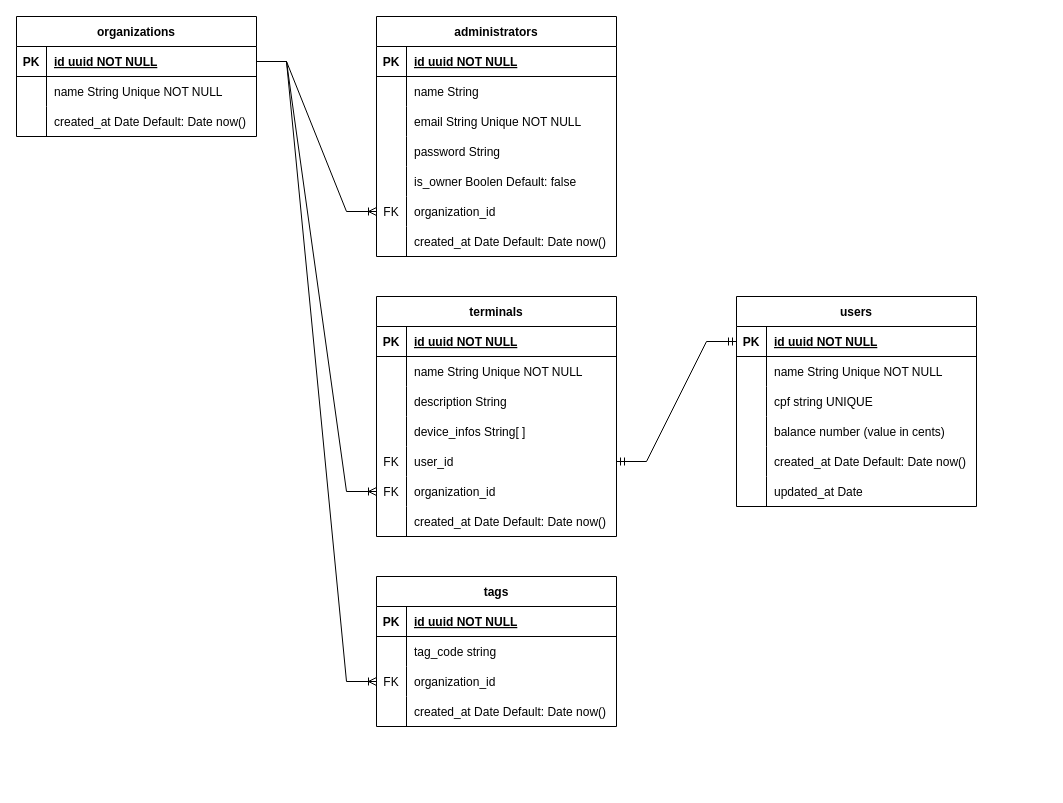
Before: Diagrama sem nome.drawio in gabrieldouurado/draw.io-reposotory, a draw.io diagram. Source tidied: cells renumbered, new cells numbered last; positions are measured from the earlier drawing's top-left corner, leaving out a move shared by most shapes. Both pictures are drawn from the tidied source at 100%, with x=0, y=0 at pixel (16, 16).
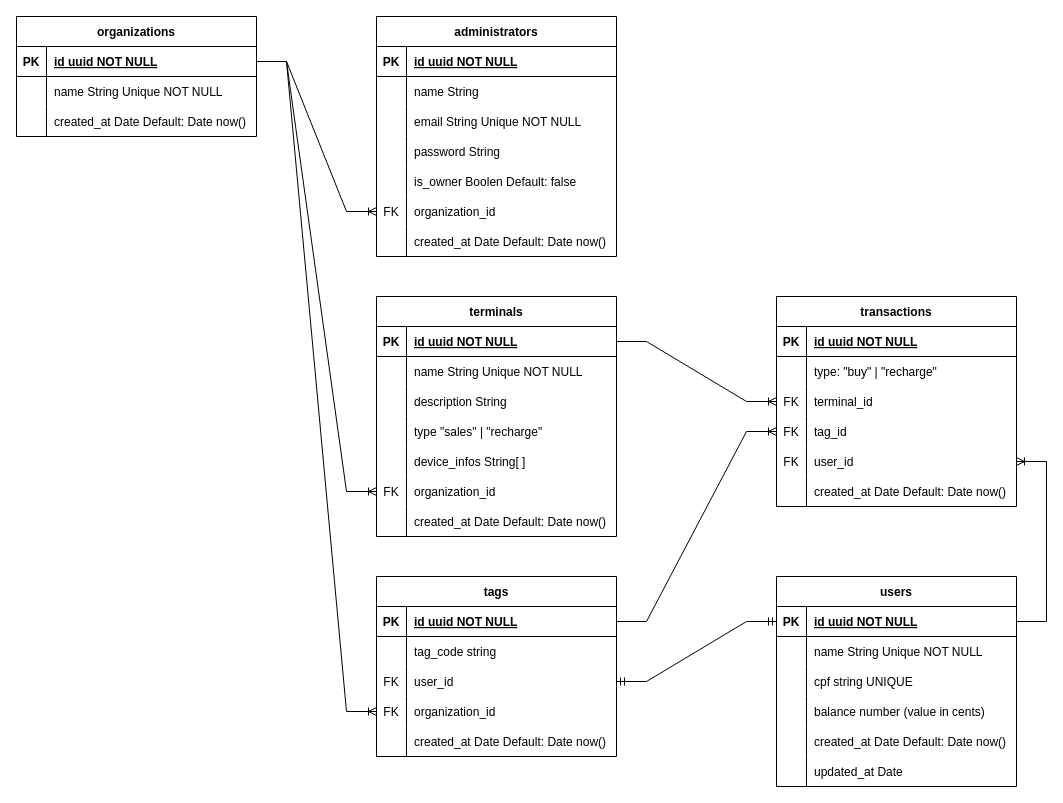
Above is the later version.

Commit message:
Add transacrion entity

Unchanged cells that the change refers to:
```xml
<mxCell id="35" value="terminals" style="shape=table;startSize=30;childLayout=tableLayout;rowLines=0;fontStyle=1;align=center;" parent="1" vertex="1">
  <mxGeometry x="360" y="280" width="240" height="240" as="geometry" />
</mxCell>
<mxCell id="36" style="shape=tableRow;horizontal=0;startSize=0;swimlaneHead=0;swimlaneBody=0;fillColor=none;points=[[0,0.5],[1,0.5]];portConstraint=eastwest;top=0;left=0;right=0;bottom=1;" parent="35" vertex="1">
  <mxGeometry y="30" width="240" height="30" as="geometry" />
</mxCell>
<mxCell id="59" style="shape=tableRow;horizontal=0;startSize=0;swimlaneHead=0;swimlaneBody=0;fillColor=none;points=[[0,0.5],[1,0.5]];portConstraint=eastwest;top=0;left=0;right=0;bottom=1;" parent="58" vertex="1">
  <mxGeometry y="30" width="240" height="30" as="geometry" />
</mxCell>
<mxCell id="73" style="shape=tableRow;horizontal=0;startSize=0;swimlaneHead=0;swimlaneBody=0;fillColor=none;points=[[0,0.5],[1,0.5]];portConstraint=eastwest;top=0;left=0;right=0;bottom=1;" parent="72" vertex="1">
  <mxGeometry y="30" width="240" height="30" as="geometry" />
</mxCell>
```

What changed in the source:
```diff
@@
+    <mxCell id="92" style="shape=tableRow;horizontal=0;startSize=0;swimlaneHead=0;swimlaneBody=0;fillColor=none;top=0;left=0;right=0;bottom=0;" parent="35" vertex="1">
+      <mxGeometry y="120" width="240" height="30" as="geometry" />
+    </mxCell>
+    <mxCell id="93" style="shape=partialRectangle;fillColor=none;top=0;left=0;bottom=0;right=0;overflow=hidden;" parent="92" vertex="1">
+      <mxGeometry width="30" height="30" as="geometry" />
+    </mxCell>
+    <mxCell id="94" value="type &quot;sales&quot; | &quot;recharge&quot;" style="shape=partialRectangle;fillColor=none;top=0;left=0;bottom=0;right=0;align=left;spacingLeft=6;overflow=hidden;" parent="92" vertex="1">
+      <mxGeometry x="30" width="210" height="30" as="geometry" />
+    </mxCell>
     <mxCell id="45" style="shape=tableRow;horizontal=0;startSize=0;swimlaneHead=0;swimlaneBody=0;fillColor=none;top=0;left=0;right=0;bottom=0;" parent="35" vertex="1">
-      <mxGeometry y="120" width="240" height="30" as="geometry" />
+      <mxGeometry y="150" width="240" height="30" as="geometry" />
     </mxCell>
@@
-    <mxCell id="48" style="shape=tableRow;horizontal=0;startSize=0;swimlaneHead=0;swimlaneBody=0;fillColor=none;points=[[0,0.5],[1,0.5]];portConstraint=eastwest;top=0;left=0;right=0;bottom=0;" parent="35" vertex="1">
-      <mxGeometry y="150" width="240" height="30" as="geometry" />
-    </mxCell>
-    <mxCell id="49" value="FK" style="shape=partialRectangle;fillColor=none;top=0;left=0;bottom=0;right=0;overflow=hidden;" parent="48" vertex="1">
-      <mxGeometry width="30" height="30" as="geometry" />
-    </mxCell>
-    <mxCell id="50" value="user_id" style="shape=partialRectangle;fillColor=none;top=0;left=0;bottom=0;right=0;align=left;spacingLeft=6;overflow=hidden;" parent="48" vertex="1">
-      <mxGeometry x="30" width="210" height="30" as="geometry" />
-    </mxCell>
@@
     <mxCell id="58" value="tags" style="shape=table;startSize=30;childLayout=tableLayout;rowLines=0;fontStyle=1;align=center;" parent="1" vertex="1">
-      <mxGeometry x="360" y="560" width="240" height="150" as="geometry" />
+      <mxGeometry x="360" y="560" width="240" height="180" as="geometry" />
     </mxCell>
@@
+    <mxCell id="48" style="shape=tableRow;horizontal=0;startSize=0;swimlaneHead=0;swimlaneBody=0;fillColor=none;points=[[0,0.5],[1,0.5]];portConstraint=eastwest;top=0;left=0;right=0;bottom=0;" parent="58" vertex="1">
+      <mxGeometry y="90" width="240" height="30" as="geometry" />
+    </mxCell>
+    <mxCell id="49" value="FK" style="shape=partialRectangle;fillColor=none;top=0;left=0;bottom=0;right=0;overflow=hidden;" parent="48" vertex="1">
+      <mxGeometry width="30" height="30" as="geometry" />
+    </mxCell>
+    <mxCell id="50" value="user_id" style="shape=partialRectangle;fillColor=none;top=0;left=0;bottom=0;right=0;align=left;spacingLeft=6;overflow=hidden;" parent="48" vertex="1">
+      <mxGeometry x="30" width="210" height="30" as="geometry" />
+    </mxCell>
     <mxCell id="65" style="shape=tableRow;horizontal=0;startSize=0;swimlaneHead=0;swimlaneBody=0;fillColor=none;points=[[0,0.5],[1,0.5]];portConstraint=eastwest;top=0;left=0;right=0;bottom=0;" parent="58" vertex="1">
-      <mxGeometry y="90" width="240" height="30" as="geometry" />
+      <mxGeometry y="120" width="240" height="30" as="geometry" />
     </mxCell>
@@
     <mxCell id="68" style="shape=tableRow;horizontal=0;startSize=0;swimlaneHead=0;swimlaneBody=0;fillColor=none;top=0;left=0;right=0;bottom=0;" parent="58" vertex="1">
-      <mxGeometry y="120" width="240" height="30" as="geometry" />
+      <mxGeometry y="150" width="240" height="30" as="geometry" />
     </mxCell>
@@
     <mxCell id="72" value="users" style="shape=table;startSize=30;childLayout=tableLayout;rowLines=0;fontStyle=1;align=center;" parent="1" vertex="1">
-      <mxGeometry x="720" y="280" width="240" height="210" as="geometry" />
+      <mxGeometry x="760" y="560" width="240" height="210" as="geometry" />
     </mxCell>
@@
+    <mxCell id="95" value="transactions" style="shape=table;startSize=30;childLayout=tableLayout;rowLines=0;fontStyle=1;align=center;" parent="1" vertex="1">
+      <mxGeometry x="760" y="280" width="240" height="210" as="geometry" />
+    </mxCell>
+    <mxCell id="96" style="shape=tableRow;horizontal=0;startSize=0;swimlaneHead=0;swimlaneBody=0;fillColor=none;top=0;left=0;right=0;bottom=1;" parent="95" vertex="1">
+      <mxGeometry y="30" width="240" height="30" as="geometry" />
+    </mxCell>
+    <mxCell id="97" value="PK" style="shape=partialRectangle;fillColor=none;top=0;left=0;bottom=0;right=0;fontStyle=1;overflow=hidden;" parent="96" vertex="1">
+      <mxGeometry width="30" height="30" as="geometry" />
+    </mxCell>
+    <mxCell id="98" value="id uuid NOT NULL" style="shape=partialRectangle;fillColor=none;top=0;left=0;bottom=0;right=0;align=left;spacingLeft=6;fontStyle=5;overflow=hidden;" parent="96" vertex="1">
+      <mxGeometry x="30" width="210" height="30" as="geometry" />
+    </mxCell>
+    <mxCell id="99" style="shape=tableRow;horizontal=0;startSize=0;swimlaneHead=0;swimlaneBody=0;fillColor=none;top=0;left=0;right=0;bottom=0;" parent="95" vertex="1">
+      <mxGeometry y="60" width="240" height="30" as="geometry" />
+    </mxCell>
+    <mxCell id="100" style="shape=partialRectangle;fillColor=none;top=0;left=0;bottom=0;right=0;overflow=hidden;" parent="99" vertex="1">
+      <mxGeometry width="30" height="30" as="geometry" />
+    </mxCell>
+    <mxCell id="101" value="type: &quot;buy&quot; | &quot;recharge&quot;" style="shape=partialRectangle;fillColor=none;top=0;left=0;bottom=0;right=0;align=left;spacingLeft=6;overflow=hidden;" parent="99" vertex="1">
+      <mxGeometry x="30" width="210" height="30" as="geometry" />
+    </mxCell>
+    <mxCell id="102" style="shape=tableRow;horizontal=0;startSize=0;swimlaneHead=0;swimlaneBody=0;fillColor=none;points=[[0,0.5],[1,0.5]];portConstraint=eastwest;top=0;left=0;right=0;bottom=0;" parent="95" vertex="1">
+      <mxGeometry y="90" width="240" height="30" as="geometry" />
+    </mxCell>
+    <mxCell id="103" value="FK" style="shape=partialRectangle;fillColor=none;top=0;left=0;bottom=0;right=0;overflow=hidden;" parent="102" vertex="1">
+      <mxGeometry width="30" height="30" as="geometry" />
+    </mxCell>
+    <mxCell id="104" value="terminal_id" style="shape=partialRectangle;fillColor=none;top=0;left=0;bottom=0;right=0;align=left;spacingLeft=6;overflow=hidden;" parent="102" vertex="1">
+      <mxGeometry x="30" width="210" height="30" as="geometry" />
+    </mxCell>
+    <mxCell id="105" style="shape=tableRow;horizontal=0;startSize=0;swimlaneHead=0;swimlaneBody=0;fillColor=none;points=[[0,0.5],[1,0.5]];portConstraint=eastwest;top=0;left=0;right=0;bottom=0;" parent="95" vertex="1">
+      <mxGeometry y="120" width="240" height="30" as="geometry" />
+    </mxCell>
+    <mxCell id="106" value="FK" style="shape=partialRectangle;fillColor=none;top=0;left=0;bottom=0;right=0;overflow=hidden;" parent="105" vertex="1">
+      <mxGeometry width="30" height="30" as="geometry" />
+    </mxCell>
+    <mxCell id="107" value="tag_id" style="shape=partialRectangle;fillColor=none;top=0;left=0;bottom=0;right=0;align=left;spacingLeft=6;overflow=hidden;" parent="105" vertex="1">
+      <mxGeometry x="30" width="210" height="30" as="geometry" />
+    </mxCell>
+    <mxCell id="108" style="shape=tableRow;horizontal=0;startSize=0;swimlaneHead=0;swimlaneBody=0;fillColor=none;points=[[0,0.5],[1,0.5]];portConstraint=eastwest;top=0;left=0;right=0;bottom=0;" parent="95" vertex="1">
+      <mxGeometry y="150" width="240" height="30" as="geometry" />
+    </mxCell>
+    <mxCell id="109" value="FK" style="shape=partialRectangle;fillColor=none;top=0;left=0;bottom=0;right=0;overflow=hidden;" parent="108" vertex="1">
+      <mxGeometry width="30" height="30" as="geometry" />
+    </mxCell>
+    <mxCell id="110" value="user_id" style="shape=partialRectangle;fillColor=none;top=0;left=0;bottom=0;right=0;align=left;spacingLeft=6;overflow=hidden;" parent="108" vertex="1">
+      <mxGeometry x="30" width="210" height="30" as="geometry" />
+    </mxCell>
+    <mxCell id="111" style="shape=tableRow;horizontal=0;startSize=0;swimlaneHead=0;swimlaneBody=0;fillColor=none;top=0;left=0;right=0;bottom=0;" parent="95" vertex="1">
+      <mxGeometry y="180" width="240" height="30" as="geometry" />
+    </mxCell>
+    <mxCell id="112" style="shape=partialRectangle;fillColor=none;top=0;left=0;bottom=0;right=0;overflow=hidden;" parent="111" vertex="1">
+      <mxGeometry width="30" height="30" as="geometry" />
+    </mxCell>
+    <mxCell id="113" value="created_at Date Default: Date now()" style="shape=partialRectangle;fillColor=none;top=0;left=0;bottom=0;right=0;align=left;spacingLeft=6;overflow=hidden;" parent="111" vertex="1">
+      <mxGeometry x="30" width="210" height="30" as="geometry" />
+    </mxCell>
+    <mxCell id="114" style="edgeStyle=entityRelationEdgeStyle;fontSize=12;html=1;endArrow=ERoneToMany;rounded=0;entryX=0;entryY=0.5;entryDx=0;entryDy=0;exitX=1;exitY=0.5;exitDx=0;exitDy=0;" parent="1" edge="1" source="59" target="105">
+      <mxGeometry relative="1" as="geometry" />
+    </mxCell>
+    <mxCell id="115" style="edgeStyle=entityRelationEdgeStyle;fontSize=12;html=1;endArrow=ERoneToMany;rounded=0;entryX=1;entryY=0.5;entryDx=0;entryDy=0;exitX=1;exitY=0.5;exitDx=0;exitDy=0;" parent="1" edge="1" source="73" target="108">
+      <mxGeometry relative="1" as="geometry" />
+    </mxCell>
+    <mxCell id="116" style="edgeStyle=entityRelationEdgeStyle;fontSize=12;html=1;endArrow=ERoneToMany;rounded=0;entryX=0;entryY=0.5;entryDx=0;entryDy=0;exitX=1;exitY=0.5;exitDx=0;exitDy=0;" parent="1" edge="1" source="36" target="102">
+      <mxGeometry relative="1" as="geometry" />
+    </mxCell>
```
